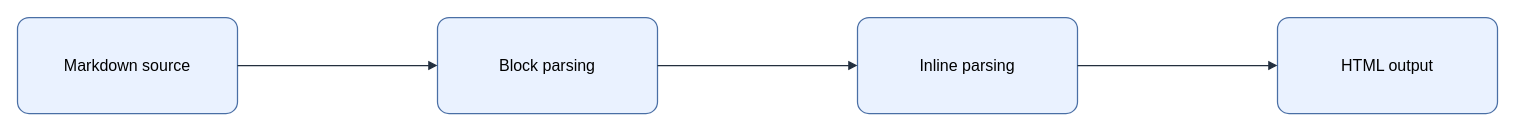
Above: assets/img/markdown/markdown-rendering-flow.drawio in KKamJi98/kkamji98.github.io (draw.io), before the change. Source tidied: cells renumbered, new cells numbered last; positions are measured from the earlier drawing's top-left corner, leaving out a move shared by most shapes. Both pictures are drawn from the tidied source at 100%, with x=0, y=0 at pixel (17, 17).
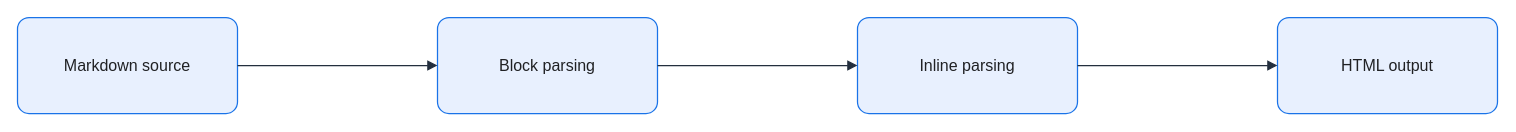
Above is the later version.

Diff of the diagram source:
```diff
@@
 <mxGraphModel background="#FFFFFF">
   <root>
     <mxCell id="0" />
     <mxCell id="1" parent="0" />
-    <mxCell id="2" value="Markdown source" style="rounded=1;arcSize=12;whiteSpace=wrap;html=0;fillColor=#EAF2FF;strokeColor=#4A6FA5;strokeWidth=1.25;fontColor=#000000;fontSize=16;align=center;verticalAlign=middle;spacing=8;shadow=0;" parent="1" vertex="1">
+    <mxCell id="2" value="Markdown source" style="rounded=1;arcSize=12;whiteSpace=wrap;html=0;fillColor=#E8F0FE;strokeColor=#1A73E8;strokeWidth=1.25;fontColor=#202124;fontSize=16;align=center;verticalAlign=middle;spacing=8;shadow=0;" parent="1" vertex="1">
       <mxGeometry width="220" height="96" as="geometry" />
     </mxCell>
-    <mxCell id="3" value="Block parsing" style="rounded=1;arcSize=12;whiteSpace=wrap;html=0;fillColor=#EAF2FF;strokeColor=#4A6FA5;strokeWidth=1.25;fontColor=#000000;fontSize=16;align=center;verticalAlign=middle;spacing=8;shadow=0;" parent="1" vertex="1">
+    <mxCell id="3" value="Block parsing" style="rounded=1;arcSize=12;whiteSpace=wrap;html=0;fillColor=#E8F0FE;strokeColor=#1A73E8;strokeWidth=1.25;fontColor=#202124;fontSize=16;align=center;verticalAlign=middle;spacing=8;shadow=0;" parent="1" vertex="1">
       <mxGeometry x="420" width="220" height="96" as="geometry" />
     </mxCell>
-    <mxCell id="4" value="Inline parsing" style="rounded=1;arcSize=12;whiteSpace=wrap;html=0;fillColor=#EAF2FF;strokeColor=#4A6FA5;strokeWidth=1.25;fontColor=#000000;fontSize=16;align=center;verticalAlign=middle;spacing=8;shadow=0;" parent="1" vertex="1">
+    <mxCell id="4" value="Inline parsing" style="rounded=1;arcSize=12;whiteSpace=wrap;html=0;fillColor=#E8F0FE;strokeColor=#1A73E8;strokeWidth=1.25;fontColor=#202124;fontSize=16;align=center;verticalAlign=middle;spacing=8;shadow=0;" parent="1" vertex="1">
       <mxGeometry x="840" width="220" height="96" as="geometry" />
     </mxCell>
-    <mxCell id="5" value="HTML output" style="rounded=1;arcSize=12;whiteSpace=wrap;html=0;fillColor=#EAF2FF;strokeColor=#4A6FA5;strokeWidth=1.25;fontColor=#000000;fontSize=16;align=center;verticalAlign=middle;spacing=8;shadow=0;" parent="1" vertex="1">
+    <mxCell id="5" value="HTML output" style="rounded=1;arcSize=12;whiteSpace=wrap;html=0;fillColor=#E8F0FE;strokeColor=#1A73E8;strokeWidth=1.25;fontColor=#202124;fontSize=16;align=center;verticalAlign=middle;spacing=8;shadow=0;" parent="1" vertex="1">
       <mxGeometry x="1260" width="220" height="96" as="geometry" />
     </mxCell>
-    <mxCell id="6" style="edgeStyle=orthogonalEdgeStyle;rounded=0;jettySize=auto;html=0;endArrow=block;endFill=1;strokeColor=#232F3E;strokeWidth=1.25;fontColor=#000000;labelBackgroundColor=none;exitX=1;exitY=0.5;exitDx=0;exitDy=0;entryX=0;entryY=0.5;entryDx=0;entryDy=0;" parent="1" edge="1" source="2" target="3">
+    <mxCell id="6" style="edgeStyle=orthogonalEdgeStyle;rounded=0;jettySize=auto;html=0;endArrow=block;endFill=1;strokeColor=#232F3E;strokeWidth=1.25;fontColor=#202124;labelBackgroundColor=none;exitX=1;exitY=0.5;exitDx=0;exitDy=0;entryX=0;entryY=0.5;entryDx=0;entryDy=0;endSize=7;" parent="1" edge="1" source="2" target="3">
       <mxGeometry relative="1" as="geometry" />
     </mxCell>
-    <mxCell id="7" style="edgeStyle=orthogonalEdgeStyle;rounded=0;jettySize=auto;html=0;endArrow=block;endFill=1;strokeColor=#232F3E;strokeWidth=1.25;fontColor=#000000;labelBackgroundColor=none;exitX=1;exitY=0.5;exitDx=0;exitDy=0;entryX=0;entryY=0.5;entryDx=0;entryDy=0;" parent="1" edge="1" source="3" target="4">
+    <mxCell id="7" style="edgeStyle=orthogonalEdgeStyle;rounded=0;jettySize=auto;html=0;endArrow=block;endFill=1;strokeColor=#232F3E;strokeWidth=1.25;fontColor=#202124;labelBackgroundColor=none;exitX=1;exitY=0.5;exitDx=0;exitDy=0;entryX=0;entryY=0.5;entryDx=0;entryDy=0;endSize=7;" parent="1" edge="1" source="3" target="4">
       <mxGeometry relative="1" as="geometry" />
     </mxCell>
-    <mxCell id="8" style="edgeStyle=orthogonalEdgeStyle;rounded=0;jettySize=auto;html=0;endArrow=block;endFill=1;strokeColor=#232F3E;strokeWidth=1.25;fontColor=#000000;labelBackgroundColor=none;exitX=1;exitY=0.5;exitDx=0;exitDy=0;entryX=0;entryY=0.5;entryDx=0;entryDy=0;" parent="1" edge="1" source="4" target="5">
+    <mxCell id="8" style="edgeStyle=orthogonalEdgeStyle;rounded=0;jettySize=auto;html=0;endArrow=block;endFill=1;strokeColor=#232F3E;strokeWidth=1.25;fontColor=#202124;labelBackgroundColor=none;exitX=1;exitY=0.5;exitDx=0;exitDy=0;entryX=0;entryY=0.5;entryDx=0;entryDy=0;endSize=7;" parent="1" edge="1" source="4" target="5">
       <mxGeometry relative="1" as="geometry" />
     </mxCell>
   </root>
 </mxGraphModel>
```
